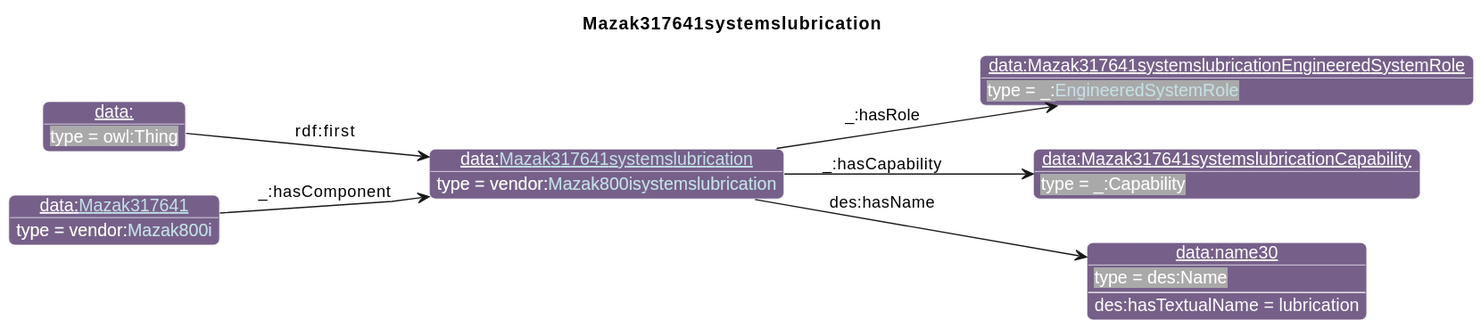
iofoundry/example-syseng-mtconnect keeps this PlantUML diagram as diagrams/Mazak317641systemslubrication.svg. Above is the earlier version.
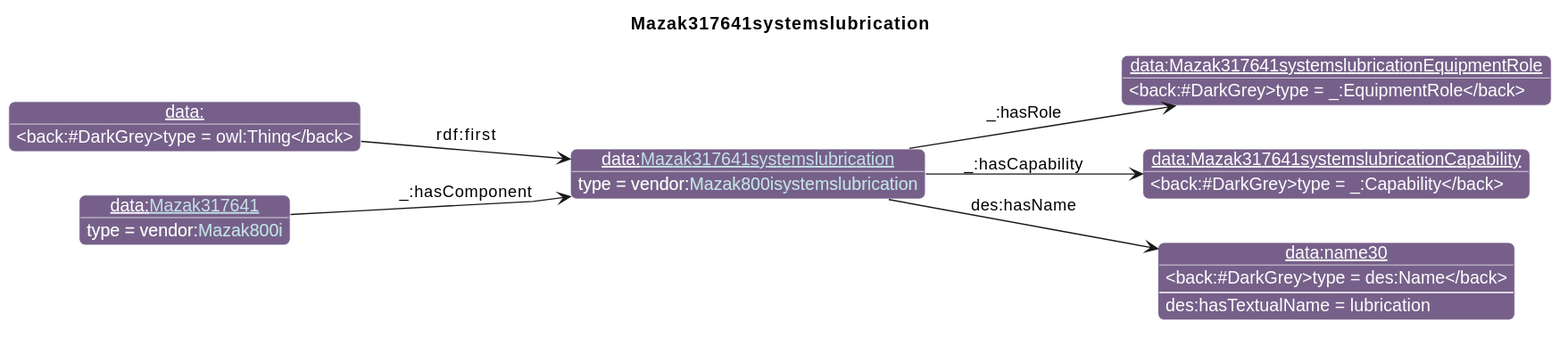
The same file after the commit.

Change to the diagram source:
```diff
@@ -26,7 +26,7 @@
                       "qp":"641B2E"
       }
 individual(o0, data:[[./Mazak317641systemslubrication.html Mazak317641systemslubrication]], vendor:[[../Mazak.html#Mazak800isystemslubrication Mazak800isystemslubrication]])
-individual(o1, data:Mazak317641systemslubricationEngineeredSystemRole, _:[[../MTConnect.html#EngineeredSystemRole EngineeredSystemRole]])
+individual(o1, data:Mazak317641systemslubricationEquipmentRole, _:EquipmentRole)
 individual(o2, data:Mazak317641systemslubricationCapability, _:Capability)
 individual(o3, data:name30, des:Name)
 individual(o4, data:, owl:Thing)
```
